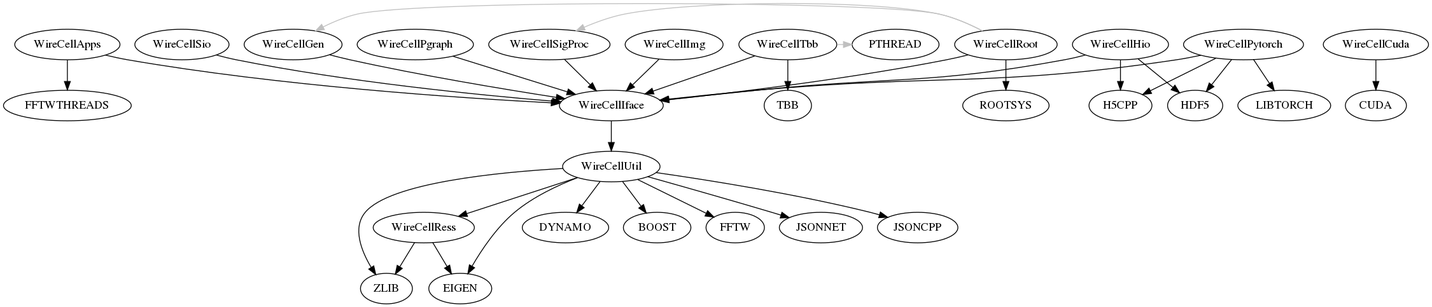
Before: wct-deps.png, a diagram exported from Graphviz (brettviren/wire-cell-toolkit). Its source is kept beside it as wct-deps.dot.
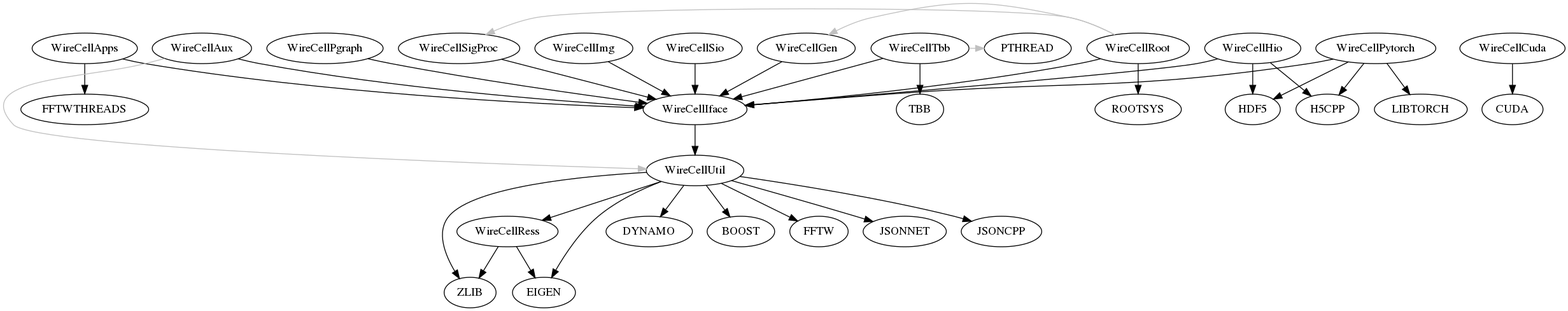
The same file after the commit.

What changed in the source:
```diff
@@ -3,6 +3,7 @@
 	"WireCellApps";
 	"WireCellSigProc";
 	"WireCellImg";
+	"WireCellAux";
 	"WireCellTbb";
 	"WireCellCuda";
 	"WireCellPytorch";
@@ -17,11 +18,13 @@
 	"WireCellApps" -> "FFTWTHREADS"[color="black"];
 	"WireCellRess" -> "ZLIB"[color="black"];
 	"WireCellUtil" -> "DYNAMO"[color="black"];
+	"WireCellAux" -> "WireCellIface"[color="black"];
 	"WireCellUtil" -> "BOOST"[color="black"];
 	"WireCellUtil" -> "ZLIB"[color="black"];
 	"WireCellHio" -> "H5CPP"[color="black"];
 	"WireCellPgraph" -> "WireCellIface"[color="black"];
 	"WireCellHio" -> "HDF5"[color="black"];
+	"WireCellAux" -> "WireCellUtil"[color="gray",constraint=false];
 	"WireCellSigProc" -> "WireCellIface"[color="black"];
 	"WireCellTbb" -> "WireCellIface"[color="black"];
 	"WireCellGen" -> "WireCellIface"[color="black"];
```
